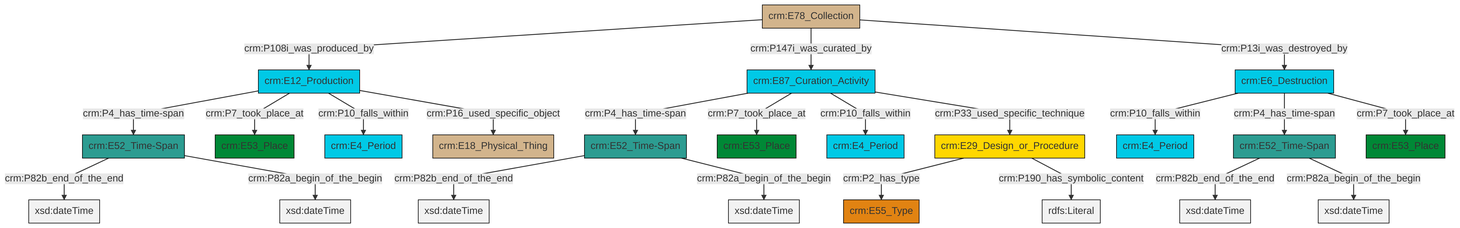
Above: et/archivalCSV/ttl/mmd/png/archival_existence.png in swiss-art-research-net/docs.swissartresearch (Mermaid), before the change. Its source is kept beside it as et/archivalCSV/ttl/mmd/archival_existence.ttl.mmd.
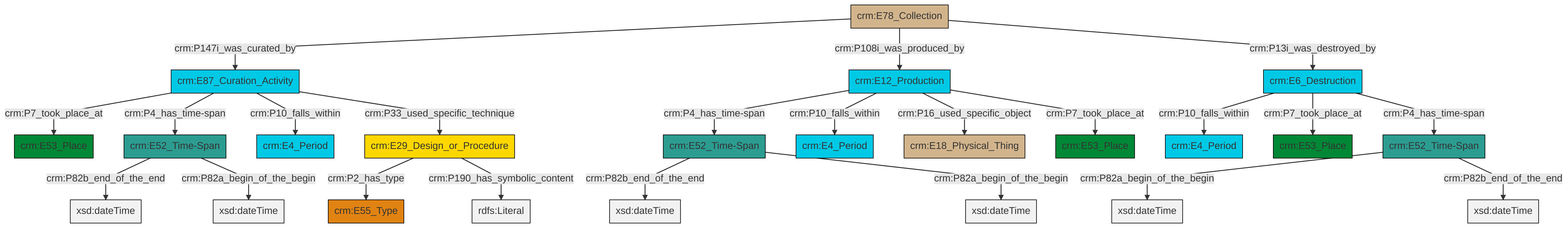
After the change.

Change to the diagram source:
```diff
@@ -13,25 +13,25 @@
 classDef PC_Classes fill:#4ce600, stroke:#000000;
 classDef Multi fill:#cccccc,stroke:#000000;
 
-0["crm:E29_Design_or_Procedure"]:::Conceptual_Object -->|crm:P2_has_type| 1["crm:E55_Type"]:::Type
-4["crm:E87_Curation_Activity"]:::Temporal_Entity -->|crm:P4_has_time-span| 5["crm:E52_Time-Span"]:::Time-Span
-10["crm:E52_Time-Span"]:::Time-Span -->|crm:P82b_end_of_the_end| 11[xsd:dateTime]:::Literal
-13["crm:E6_Destruction"]:::Temporal_Entity -->|crm:P10_falls_within| 14["crm:E4_Period"]:::Temporal_Entity
-15["crm:E78_Collection"]:::Physical_Thing -->|crm:P108i_was_produced_by| 2["crm:E12_Production"]:::Temporal_Entity
-13["crm:E6_Destruction"]:::Temporal_Entity -->|crm:P4_has_time-span| 10["crm:E52_Time-Span"]:::Time-Span
-5["crm:E52_Time-Span"]:::Time-Span -->|crm:P82b_end_of_the_end| 18[xsd:dateTime]:::Literal
-13["crm:E6_Destruction"]:::Temporal_Entity -->|crm:P7_took_place_at| 19["crm:E53_Place"]:::Place
-2["crm:E12_Production"]:::Temporal_Entity -->|crm:P4_has_time-span| 21["crm:E52_Time-Span"]:::Time-Span
-0["crm:E29_Design_or_Procedure"]:::Conceptual_Object -->|crm:P190_has_symbolic_content| 23[rdfs:Literal]:::Literal
-21["crm:E52_Time-Span"]:::Time-Span -->|crm:P82b_end_of_the_end| 24[xsd:dateTime]:::Literal
-4["crm:E87_Curation_Activity"]:::Temporal_Entity -->|crm:P7_took_place_at| 25["crm:E53_Place"]:::Place
-2["crm:E12_Production"]:::Temporal_Entity -->|crm:P7_took_place_at| 26["crm:E53_Place"]:::Place
-5["crm:E52_Time-Span"]:::Time-Span -->|crm:P82a_begin_of_the_begin| 27[xsd:dateTime]:::Literal
-2["crm:E12_Production"]:::Temporal_Entity -->|crm:P10_falls_within| 30["crm:E4_Period"]:::Temporal_Entity
-4["crm:E87_Curation_Activity"]:::Temporal_Entity -->|crm:P10_falls_within| 8["crm:E4_Period"]:::Temporal_Entity
-15["crm:E78_Collection"]:::Physical_Thing -->|crm:P147i_was_curated_by| 4["crm:E87_Curation_Activity"]:::Temporal_Entity
-15["crm:E78_Collection"]:::Physical_Thing -->|crm:P13i_was_destroyed_by| 13["crm:E6_Destruction"]:::Temporal_Entity
-2["crm:E12_Production"]:::Temporal_Entity -->|crm:P16_used_specific_object| 6["crm:E18_Physical_Thing"]:::Physical_Thing
-4["crm:E87_Curation_Activity"]:::Temporal_Entity -->|crm:P33_used_specific_technique| 0["crm:E29_Design_or_Procedure"]:::Conceptual_Object
-10["crm:E52_Time-Span"]:::Time-Span -->|crm:P82a_begin_of_the_begin| 35[xsd:dateTime]:::Literal
-21["crm:E52_Time-Span"]:::Time-Span -->|crm:P82a_begin_of_the_begin| 36[xsd:dateTime]:::Literal
+0["crm:E52_Time-Span"]:::Time-Span -->|crm:P82b_end_of_the_end| 1[xsd:dateTime]:::Literal
+4["crm:E12_Production"]:::Temporal_Entity -->|crm:P4_has_time-span| 0["crm:E52_Time-Span"]:::Time-Span
+5["crm:E87_Curation_Activity"]:::Temporal_Entity -->|crm:P7_took_place_at| 6["crm:E53_Place"]:::Place
+7["crm:E29_Design_or_Procedure"]:::Conceptual_Object -->|crm:P2_has_type| 9["crm:E55_Type"]:::Type
+7["crm:E29_Design_or_Procedure"]:::Conceptual_Object -->|crm:P190_has_symbolic_content| 11[rdfs:Literal]:::Literal
+5["crm:E87_Curation_Activity"]:::Temporal_Entity -->|crm:P4_has_time-span| 13["crm:E52_Time-Span"]:::Time-Span
+14["crm:E52_Time-Span"]:::Time-Span -->|crm:P82a_begin_of_the_begin| 15[xsd:dateTime]:::Literal
+13["crm:E52_Time-Span"]:::Time-Span -->|crm:P82b_end_of_the_end| 16[xsd:dateTime]:::Literal
+22["crm:E78_Collection"]:::Physical_Thing -->|crm:P147i_was_curated_by| 5["crm:E87_Curation_Activity"]:::Temporal_Entity
+22["crm:E78_Collection"]:::Physical_Thing -->|crm:P108i_was_produced_by| 4["crm:E12_Production"]:::Temporal_Entity
+24["crm:E6_Destruction"]:::Temporal_Entity -->|crm:P10_falls_within| 20["crm:E4_Period"]:::Temporal_Entity
+4["crm:E12_Production"]:::Temporal_Entity -->|crm:P10_falls_within| 27["crm:E4_Period"]:::Temporal_Entity
+13["crm:E52_Time-Span"]:::Time-Span -->|crm:P82a_begin_of_the_begin| 28[xsd:dateTime]:::Literal
+22["crm:E78_Collection"]:::Physical_Thing -->|crm:P13i_was_destroyed_by| 24["crm:E6_Destruction"]:::Temporal_Entity
+24["crm:E6_Destruction"]:::Temporal_Entity -->|crm:P7_took_place_at| 2["crm:E53_Place"]:::Place
+5["crm:E87_Curation_Activity"]:::Temporal_Entity -->|crm:P10_falls_within| 25["crm:E4_Period"]:::Temporal_Entity
+4["crm:E12_Production"]:::Temporal_Entity -->|crm:P16_used_specific_object| 31["crm:E18_Physical_Thing"]:::Physical_Thing
+4["crm:E12_Production"]:::Temporal_Entity -->|crm:P7_took_place_at| 18["crm:E53_Place"]:::Place
+24["crm:E6_Destruction"]:::Temporal_Entity -->|crm:P4_has_time-span| 14["crm:E52_Time-Span"]:::Time-Span
+14["crm:E52_Time-Span"]:::Time-Span -->|crm:P82b_end_of_the_end| 37[xsd:dateTime]:::Literal
+5["crm:E87_Curation_Activity"]:::Temporal_Entity -->|crm:P33_used_specific_technique| 7["crm:E29_Design_or_Procedure"]:::Conceptual_Object
+0["crm:E52_Time-Span"]:::Time-Span -->|crm:P82a_begin_of_the_begin| 38[xsd:dateTime]:::Literal
```
